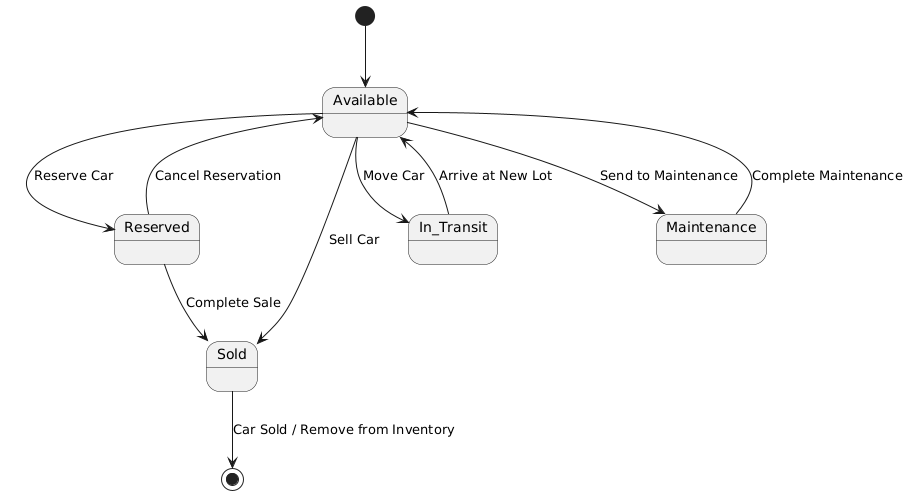
This is Diagrams/UML Diagrams/Car State Machine Diagram/Car State Machine Diagram.png from Snow0611/CarDealershipCS440, a PlantUML export, as it was before one commit. Source of this version:
```plantuml
@startuml
[*] --> Available

Available --> Reserved : Reserve Car
Available --> Sold : Sell Car
Available --> In_Transit : Move Car
Available --> Maintenance : Send to Maintenance

Reserved --> Sold : Complete Sale
Reserved --> Available : Cancel Reservation

In_Transit --> Available : Arrive at New Lot

Maintenance --> Available : Complete Maintenance

Sold --> [*] : Car Sold / Remove from Inventory
@enduml
```
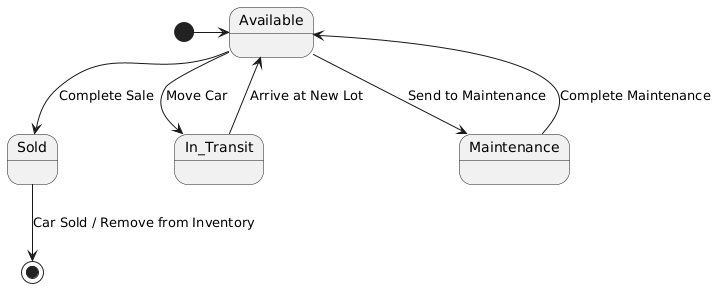
The same diagram one commit later.

Commit message:
Update State Machine Diagram

What changed in the source:
```diff
@@ -1,17 +1,10 @@
 @startuml
-[*] --> Available
+[*] -> Available
 
-Available --> Reserved : Reserve Car
-Available --> Sold : Sell Car
+Available --> Sold : Complete Sale
 Available --> In_Transit : Move Car
+In_Transit --> Available : Arrive at New Lot
 Available --> Maintenance : Send to Maintenance
-
-Reserved --> Sold : Complete Sale
-Reserved --> Available : Cancel Reservation
-
-In_Transit --> Available : Arrive at New Lot
-
 Maintenance --> Available : Complete Maintenance
-
 Sold --> [*] : Car Sold / Remove from Inventory
 @enduml
```
